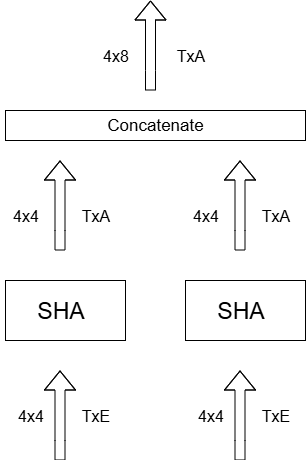
geo1590/LLM-Transformer-scratch keeps this draw.io diagram as images/two heads.png. Above is the earlier version. Source tidied: cells renumbered, new cells last; positions are measured from the earlier drawing's top-left corner, leaving out a move shared by most shapes.
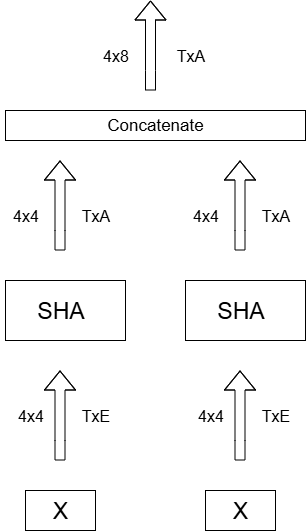
After the change.

What changed in the source:
```diff
@@ -92,5 +92,11 @@
     <mxCell id="21" value="&lt;font style=&quot;font-size: 16px;&quot;&gt;TxA&lt;/font&gt;" style="text;html=1;align=center;verticalAlign=middle;strokeColor=none;fillColor=none;" parent="1" vertex="1">
       <mxGeometry x="165" y="40" width="50" height="30" as="geometry" />
     </mxCell>
+    <mxCell id="22" value="&lt;font style=&quot;font-size: 23px;&quot;&gt;X&lt;/font&gt;" style="rounded=0;whiteSpace=wrap;html=1;" parent="1" vertex="1">
+      <mxGeometry x="25" y="490" width="70" height="40" as="geometry" />
+    </mxCell>
+    <mxCell id="23" value="&lt;font style=&quot;font-size: 23px;&quot;&gt;X&lt;/font&gt;" style="rounded=0;whiteSpace=wrap;html=1;" parent="1" vertex="1">
+      <mxGeometry x="205" y="490" width="70" height="40" as="geometry" />
+    </mxCell>
   </root>
 </mxGraphModel>
```
